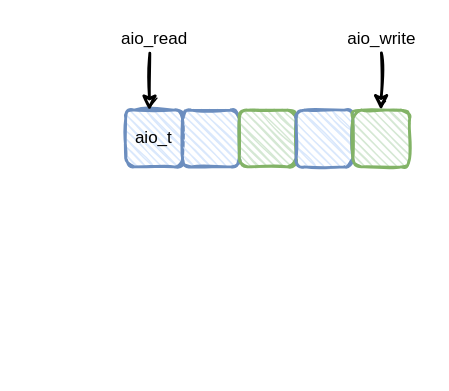
Above: ceph/bluestore.drawio in EarthWind/deeparch (draw.io), before the change. Source tidied: cells renumbered, new cells numbered last; positions are measured from the earlier drawing's top-left corner, leaving out a move shared by most shapes. Both pictures are drawn from the tidied source at 142%, with x=0, y=0 at pixel (111, 24).
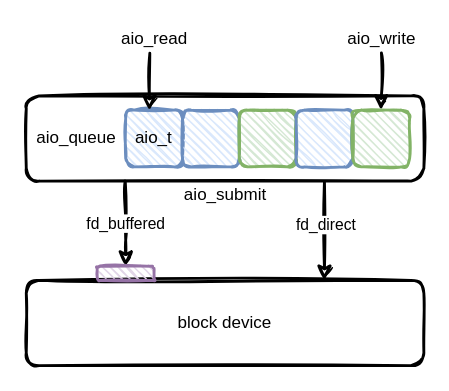
After the change.

What changed in the source:
```diff
@@
+    <mxCell id="11" style="edgeStyle=orthogonalEdgeStyle;rounded=0;sketch=1;jettySize=auto;html=1;entryX=0.75;entryY=0;entryDx=0;entryDy=0;strokeWidth=2;exitX=0.75;exitY=1;exitDx=0;exitDy=0;" parent="1" edge="1" source="13" target="15">
+      <mxGeometry relative="1" as="geometry" />
+    </mxCell>
+    <mxCell id="12" value="fd_direct" style="edgeLabel;html=1;align=center;verticalAlign=middle;" parent="11" vertex="1">
+      <mxGeometry x="-0.64" y="2" relative="1" as="geometry">
+        <mxPoint x="-2" y="17" as="offset" />
+      </mxGeometry>
+    </mxCell>
+    <mxCell id="13" style="rounded=1;whiteSpace=wrap;html=1;strokeWidth=2;fillWeight=1;hachureGap=4;hachureAngle=45;sketch=1;" parent="1" vertex="1">
+      <mxGeometry x="-60" y="50" width="280" height="60" as="geometry" />
+    </mxCell>
@@
+    <mxCell id="14" value="aio_queue" style="text;html=1;align=center;verticalAlign=middle;strokeColor=none;fillColor=none;" parent="1" vertex="1">
+      <mxGeometry x="-60" y="70" width="70" height="20" as="geometry" />
+    </mxCell>
+    <mxCell id="15" value="block device" style="rounded=1;whiteSpace=wrap;html=1;strokeWidth=2;fillWeight=1;hachureGap=4;hachureAngle=45;sketch=1;" parent="1" vertex="1">
+      <mxGeometry x="-60" y="180" width="280" height="60" as="geometry" />
+    </mxCell>
+    <mxCell id="16" value="fd_buffered" style="edgeStyle=orthogonalEdgeStyle;rounded=0;sketch=1;jettySize=auto;html=1;strokeWidth=2;exitX=0.75;exitY=1;exitDx=0;exitDy=0;entryX=0.5;entryY=0;entryDx=0;entryDy=0;" parent="1" edge="1" target="18">
+      <mxGeometry relative="1" as="geometry">
+        <mxPoint x="9.7" y="110" as="sourcePoint" />
+      </mxGeometry>
+    </mxCell>
+    <mxCell id="17" value="aio_submit" style="text;html=1;align=center;verticalAlign=middle;strokeColor=none;fillColor=none;" parent="1" vertex="1">
+      <mxGeometry x="45" y="110" width="70" height="20" as="geometry" />
+    </mxCell>
+    <mxCell id="18" style="rounded=1;whiteSpace=wrap;html=1;strokeWidth=2;fillWeight=1;hachureGap=4;hachureAngle=45;sketch=1;fillColor=#e1d5e7;strokeColor=#9673a6;" parent="1" vertex="1">
+      <mxGeometry x="-10" y="170" width="40" height="10" as="geometry" />
+    </mxCell>
```
